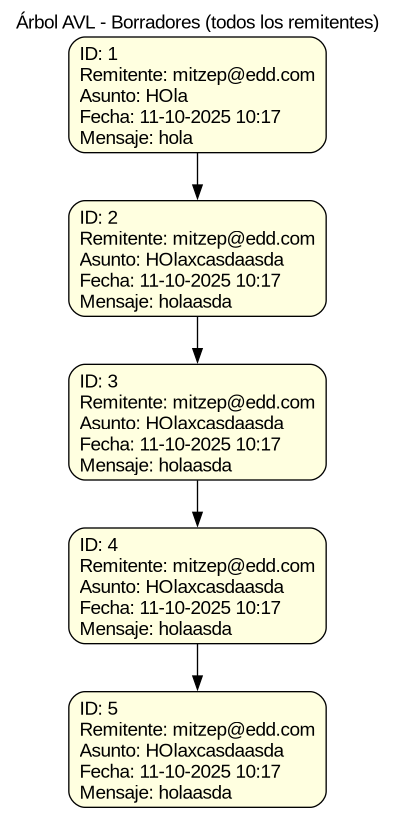
Earlier version of the Graphviz export Fase3/src/Reportes/Global/borradores_avl_global.png (ChristianChinchilla/-EDD-2S2025_202308227). Its source is kept beside it as Fase3/src/Reportes/Global/borradores_avl_global.dot.
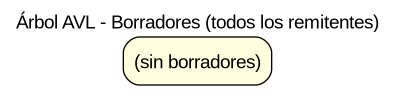
The same diagram one commit later.

What changed in the source:
```diff
@@ -4,13 +4,5 @@
   node [shape=box, style="rounded,filled", fillcolor="lightyellow", fontname="Helvetica"];
   labelloc="t";
   label="Árbol AVL - Borradores (todos los remitentes)";
-  n1 [label="ID: 1\lRemitente: mitzep@edd.com\lAsunto: HOla\lFecha: 11-10-2025 10:17\lMensaje: hola\l"];
-  n2 [label="ID: 2\lRemitente: mitzep@edd.com\lAsunto: HOlaxcasdaasda\lFecha: 11-10-2025 10:17\lMensaje: holaasda\l"];
-  n3 [label="ID: 3\lRemitente: mitzep@edd.com\lAsunto: HOlaxcasdaasda\lFecha: 11-10-2025 10:17\lMensaje: holaasda\l"];
-  n4 [label="ID: 4\lRemitente: mitzep@edd.com\lAsunto: HOlaxcasdaasda\lFecha: 11-10-2025 10:17\lMensaje: holaasda\l"];
-  n5 [label="ID: 5\lRemitente: mitzep@edd.com\lAsunto: HOlaxcasdaasda\lFecha: 11-10-2025 10:17\lMensaje: holaasda\l"];
-  n1 -> n2;
-  n2 -> n3;
-  n3 -> n4;
-  n4 -> n5;
+  Empty [label="(sin borradores)"];
 }
```
